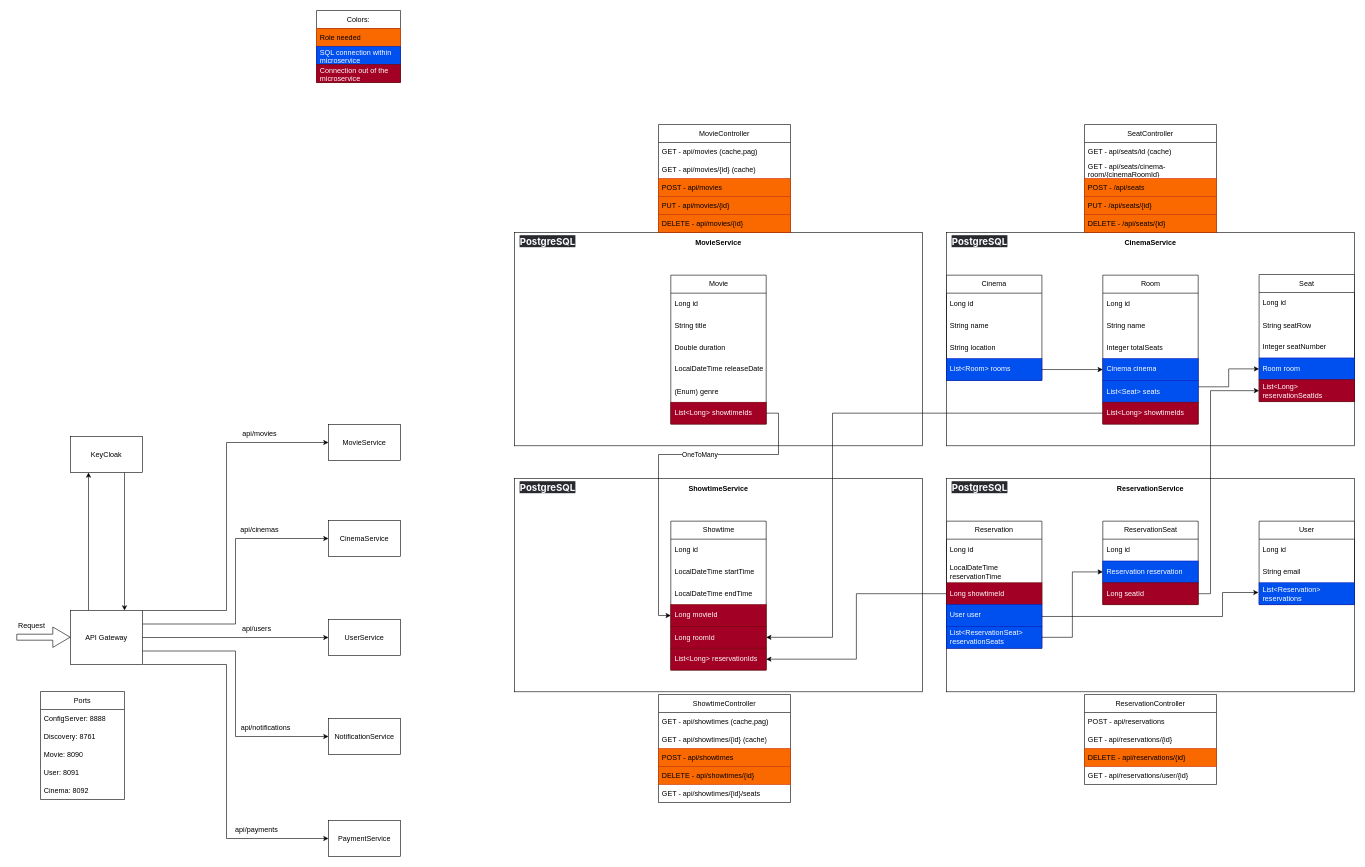
Above: system.drawio in tpoda35/JAVA.PROJECT.MovieReservationSystem (draw.io), before the change. Source tidied: cells renumbered, new cells numbered last; positions are measured from the earlier drawing's top-left corner, leaving out a move shared by most shapes. Both pictures are drawn from the tidied source at 60%, with x=0, y=0 at pixel (10, 10).
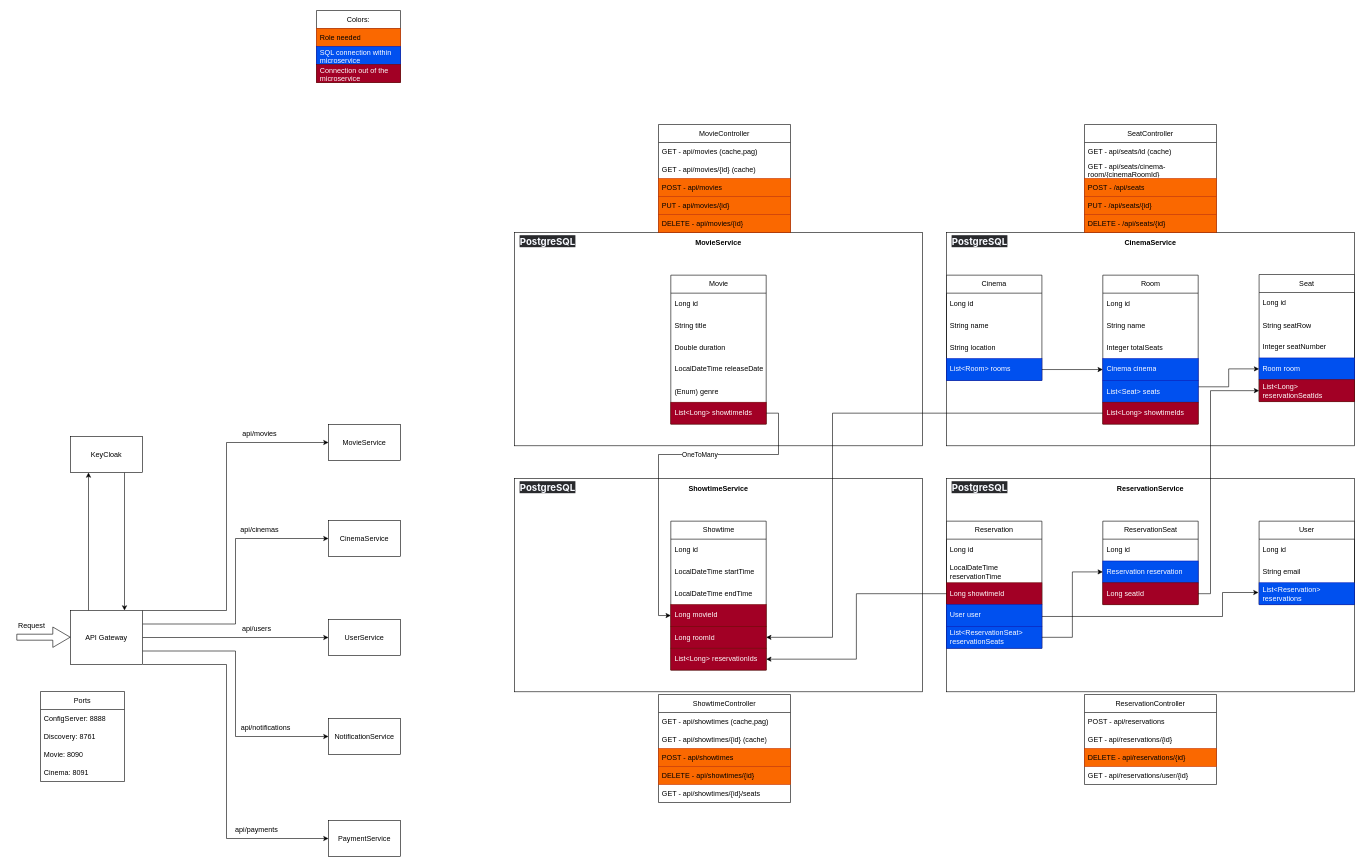
The same diagram, later.

Diff of the diagram source:
```diff
@@
     <mxCell id="23" value="Ports" style="swimlane;fontStyle=0;horizontal=1;startSize=30;whiteSpace=wrap;html=1;" parent="1" vertex="1">
-      <mxGeometry x="50" y="1135" width="140" height="180" as="geometry" />
+      <mxGeometry x="50" y="1135" width="140" height="150" as="geometry" />
     </mxCell>
@@
-    <mxCell id="27" value="User: 8091" style="text;strokeColor=none;fillColor=none;align=left;verticalAlign=middle;spacingLeft=4;spacingRight=4;overflow=hidden;whiteSpace=wrap;html=1;" parent="23" vertex="1">
-      <mxGeometry y="120" width="140" height="30" as="geometry" />
-    </mxCell>
-    <mxCell id="28" value="Cinema: 8092" style="text;strokeColor=none;fillColor=none;align=left;verticalAlign=middle;spacingLeft=4;spacingRight=4;overflow=hidden;whiteSpace=wrap;html=1;" parent="23" vertex="1">
-      <mxGeometry y="150" width="140" height="30" as="geometry" />
+    <mxCell id="28" value="Cinema: 8091" style="text;strokeColor=none;fillColor=none;align=left;verticalAlign=middle;spacingLeft=4;spacingRight=4;overflow=hidden;whiteSpace=wrap;html=1;" parent="23" vertex="1">
+      <mxGeometry y="120" width="140" height="30" as="geometry" />
     </mxCell>
```
